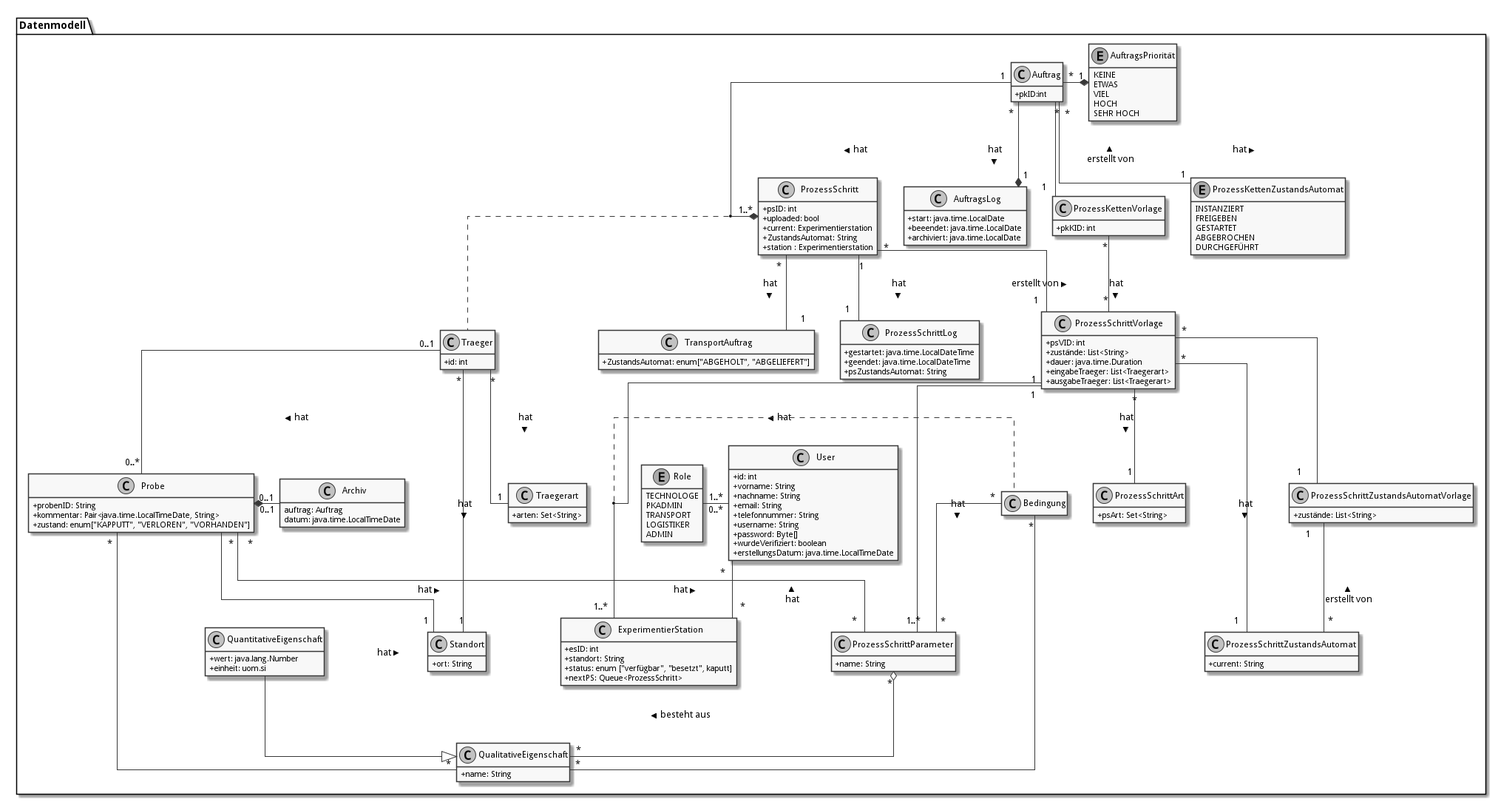
The PlantUML diagram doc/UML/datenModel.png in fkehlenb/softwareprojekt-2, before a commit.
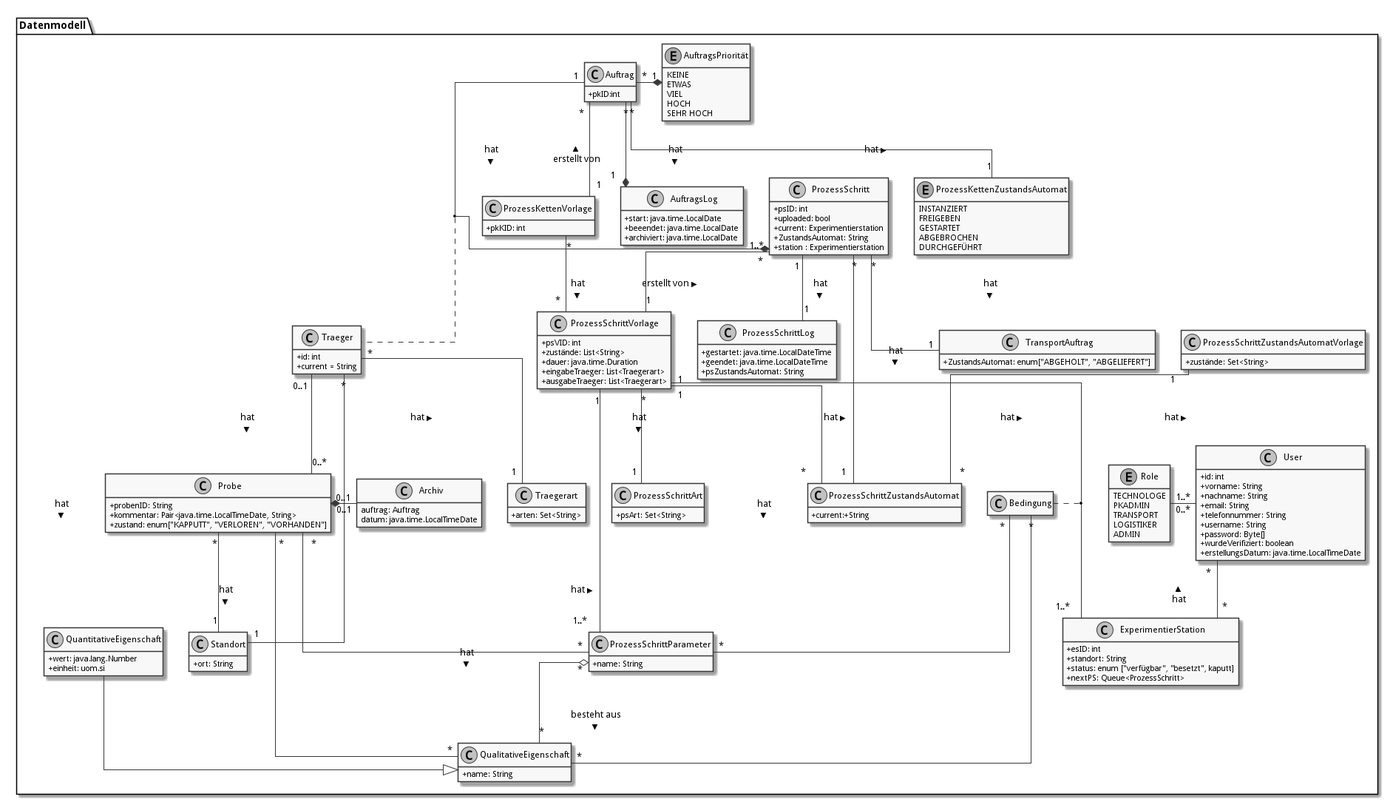
After the commit.

Change to the diagram source:
```diff
@@ -41,6 +41,7 @@
 
 class Traeger {
   +id: int
+  +current = String
 }
 
 class Traegerart {
@@ -76,11 +77,11 @@
 }
 
 class ProzessSchrittZustandsAutomat {
-  +current: String
+  +current:+String
 }
 
 class ProzessSchrittZustandsAutomatVorlage {
-   +zustände: List<String>
+   +zustände: Set<String>
 }
 
 class "ProzessSchrittVorlage" as psV {
@@ -160,20 +161,20 @@
   (Auftrag, ps) .. Traeger
 
 
-  ps "*" -- "1" psV: erstellt von >
+  ps "*" -- "1" psV: < erstellt von
   ps "1"-- "1" ProzessSchrittLog:  hat >
+  ps "*" -- "1" ProzessSchrittZustandsAutomat: hat >
   ps "*" -- "1" TransportAuftrag: hat >
 
 
   psV "*" --  "1" ProzessSchrittArt: hat >
   psV "1" -- "1..*" pp: hat >
   psV "1" --"1..*" es: hat >
-  psV "*" -- "1" ProzessSchrittZustandsAutomat: hat >
+  psV "1" -- "*" ProzessSchrittZustandsAutomat: hat >
 
   (psV, es) .. Bedingung
 
- ProzessSchrittZustandsAutomatVorlage "1" -- "*" ProzessSchrittZustandsAutomat: erstellt von <
- psV "*" -- "1" ProzessSchrittZustandsAutomatVorlage
+ ProzessSchrittZustandsAutomatVorlage "1" -- "*" ProzessSchrittZustandsAutomat: < hat
 
  Traeger "*" -- "1" Traegerart: hat >
  Traeger "0..1" -- "0..*" Probe: hat >
```
